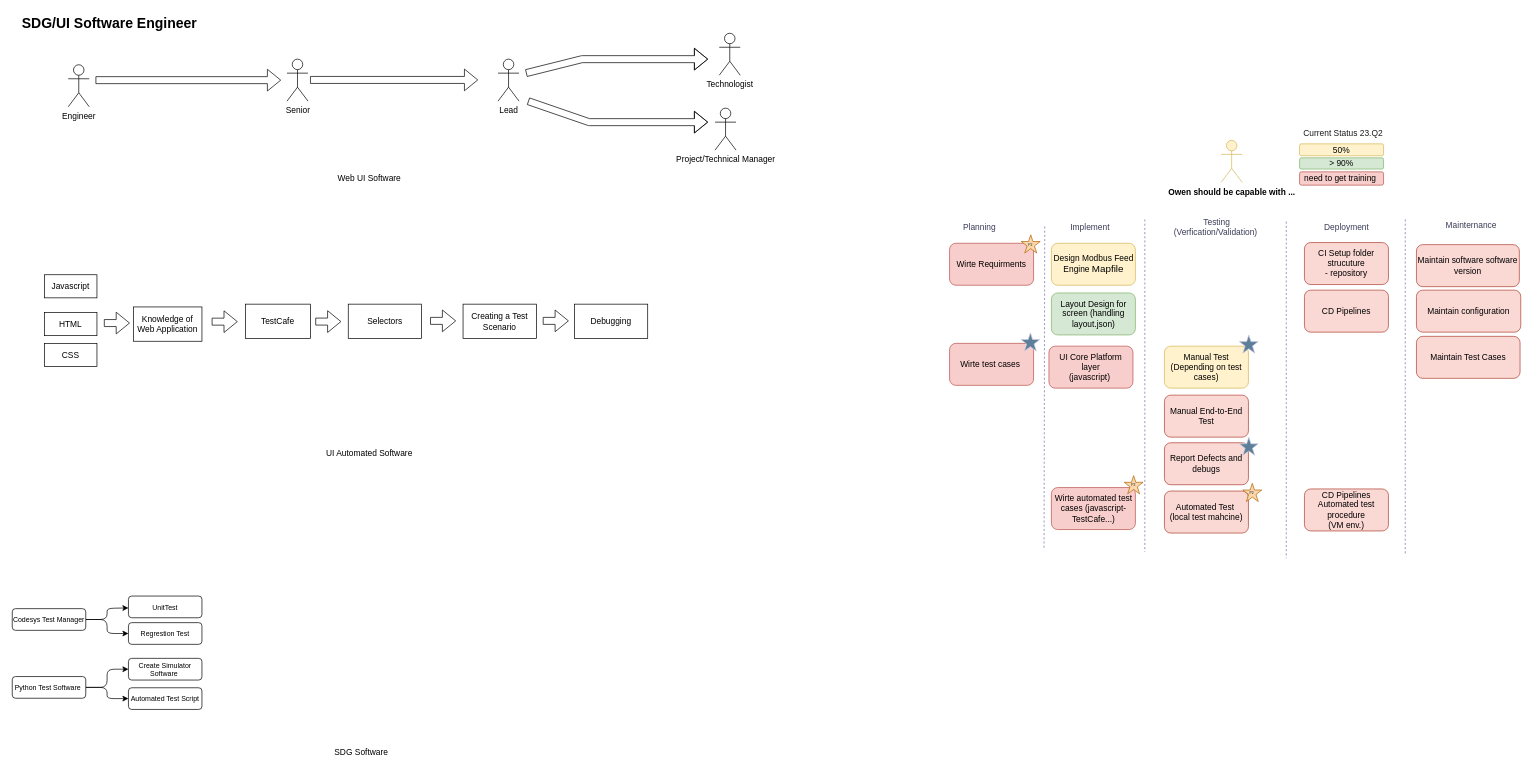
Before: page "SDG/UI" (3 of 5) of CareerWorkShop.drawio in EdwardsKorea/CommonDrawIO, a draw.io diagram. Source tidied: cells renumbered, new cells numbered last; positions are measured from the earlier drawing's top-left corner, leaving out a move shared by most shapes. Both pictures are drawn from the tidied source at 70%, with x=0, y=0 at pixel (12, 12).
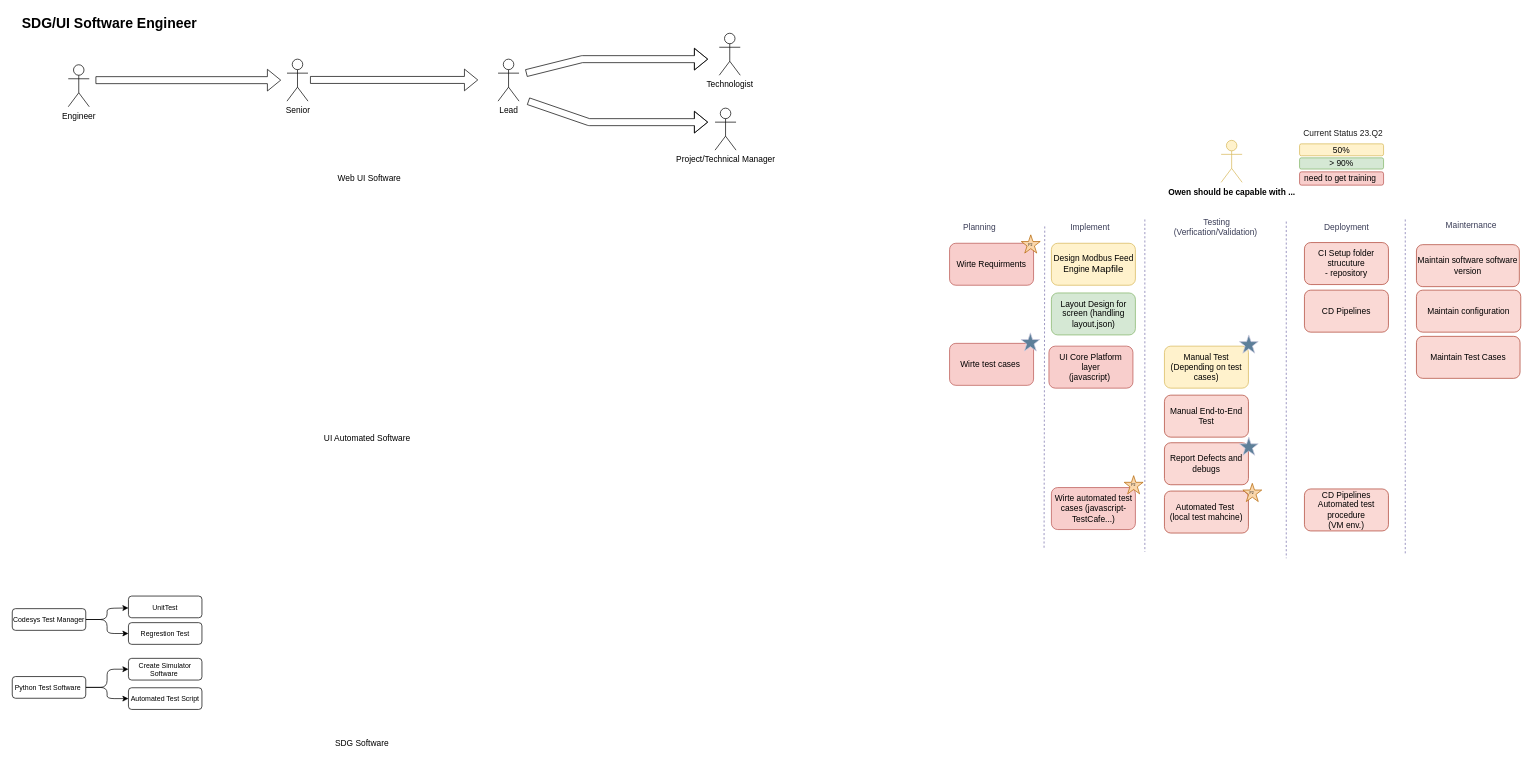
Above is the later version.

Change to the diagram source:
```diff
@@
     <mxCell id="64" value="SDG Software&amp;nbsp;" style="text;html=1;strokeColor=none;fillColor=none;align=center;verticalAlign=middle;whiteSpace=wrap;rounded=0;" parent="1" vertex="1">
-      <mxGeometry x="441" y="1043" width="119" height="30" as="geometry" />
+      <mxGeometry x="442" y="1030" width="119" height="30" as="geometry" />
     </mxCell>
@@
     <mxCell id="66" value="UI Automated Software&amp;nbsp;" style="text;html=1;strokeColor=none;fillColor=none;align=center;verticalAlign=middle;whiteSpace=wrap;rounded=0;" parent="1" vertex="1">
-      <mxGeometry x="404" y="615" width="216" height="30" as="geometry" />
+      <mxGeometry x="401" y="594" width="216" height="30" as="geometry" />
     </mxCell>
-    <mxCell id="67" value="Javascript" style="rounded=0;whiteSpace=wrap;html=1;" parent="1" vertex="1">
-      <mxGeometry x="46" y="375" width="75" height="33" as="geometry" />
-    </mxCell>
-    <mxCell id="68" value="HTML" style="rounded=0;whiteSpace=wrap;html=1;" parent="1" vertex="1">
-      <mxGeometry x="46" y="429" width="75" height="33" as="geometry" />
-    </mxCell>
-    <mxCell id="69" value="CSS" style="rounded=0;whiteSpace=wrap;html=1;" parent="1" vertex="1">
-      <mxGeometry x="46" y="473" width="75" height="33" as="geometry" />
-    </mxCell>
-    <mxCell id="70" value="Knowledge of Web Application" style="rounded=0;whiteSpace=wrap;html=1;" parent="1" vertex="1">
-      <mxGeometry x="173" y="421" width="98" height="49" as="geometry" />
-    </mxCell>
-    <mxCell id="71" value="TestCafe" style="rounded=0;whiteSpace=wrap;html=1;" parent="1" vertex="1">
-      <mxGeometry x="333" y="417" width="93" height="49" as="geometry" />
-    </mxCell>
-    <mxCell id="72" value="Selectors" style="rounded=0;whiteSpace=wrap;html=1;" parent="1" vertex="1">
-      <mxGeometry x="480" y="417" width="104.8" height="49" as="geometry" />
-    </mxCell>
-    <mxCell id="73" value="Creating a Test Scenario" style="rounded=0;whiteSpace=wrap;html=1;" parent="1" vertex="1">
-      <mxGeometry x="644" y="417" width="104.8" height="49" as="geometry" />
-    </mxCell>
-    <mxCell id="74" value="Debugging" style="rounded=0;whiteSpace=wrap;html=1;" parent="1" vertex="1">
-      <mxGeometry x="803" y="417" width="104.8" height="49" as="geometry" />
-    </mxCell>
-    <mxCell id="75" style="shape=flexArrow;endArrow=classic;html=1;rounded=0;" parent="1" edge="1">
-      <mxGeometry relative="1" as="geometry">
-        <mxPoint x="131" y="444" as="sourcePoint" />
-        <mxPoint x="168" y="444" as="targetPoint" />
-      </mxGeometry>
-    </mxCell>
-    <mxCell id="76" style="shape=flexArrow;endArrow=classic;html=1;rounded=0;" parent="1" edge="1">
-      <mxGeometry relative="1" as="geometry">
-        <mxPoint x="285" y="442" as="sourcePoint" />
-        <mxPoint x="322" y="442" as="targetPoint" />
-      </mxGeometry>
-    </mxCell>
-    <mxCell id="77" style="shape=flexArrow;endArrow=classic;html=1;rounded=0;" parent="1" edge="1">
-      <mxGeometry relative="1" as="geometry">
-        <mxPoint x="433" y="441.9" as="sourcePoint" />
-        <mxPoint x="470" y="441.9" as="targetPoint" />
-      </mxGeometry>
-    </mxCell>
-    <mxCell id="78" style="shape=flexArrow;endArrow=classic;html=1;rounded=0;" parent="1" edge="1">
-      <mxGeometry relative="1" as="geometry">
-        <mxPoint x="597" y="440.9" as="sourcePoint" />
-        <mxPoint x="634" y="440.9" as="targetPoint" />
-      </mxGeometry>
-    </mxCell>
-    <mxCell id="79" style="shape=flexArrow;endArrow=classic;html=1;rounded=0;" parent="1" edge="1">
-      <mxGeometry relative="1" as="geometry">
-        <mxPoint x="758" y="440.9" as="sourcePoint" />
-        <mxPoint x="795" y="440.9" as="targetPoint" />
-      </mxGeometry>
-    </mxCell>
```
